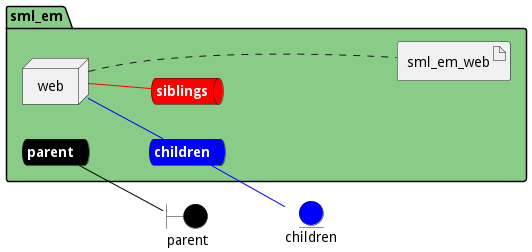
Before: docs/edgemere/aml/ds/em/envs/test/deployment.png, a diagram exported from PlantUML (madajaju/edgemere). The source it was exported from:
```plantuml
@startuml

left to right direction


boundary parent #black


entity children #blue




package "sml_em" #88cc88 {
    queue parentnet #black [
            <b><color:white>parent</color></b>
    ]

    parentnet -[#black]- parent

    queue childrennet #blue [
            <b><color:white>children</color></b>
    ]

    childrennet -[#blue]- children

    queue siblingsnet #red [
            <b><color:white>siblings</color></b>
    ]


node "web" as webService


        artifact "sml_em_web" as sml_em_webimage

}

webService -[#blue]- childrennet

webService -[#red]- siblingsnet
webService .... sml_em_webimage


@enduml
```
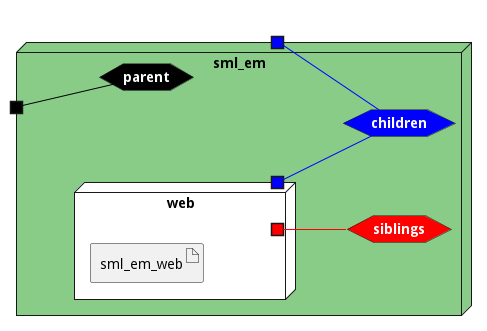
The same diagram one commit later.

What changed in the source:
```diff
@@ -3,43 +3,45 @@
 left to right direction
 
 
-boundary parent #black
-
-
-entity children #blue
 
 
 
 
-package "sml_em" #88cc88 {
-    queue parentnet #black [
+
+node "sml_em" #88cc88 {
+
+
+    hexagon parentnet #black [
             <b><color:white>parent</color></b>
     ]
 
-    parentnet -[#black]- parent
+    portin " " as parentnetPortIn #black
+    parentnetPortIn -[#black]- parentnet
 
-    queue childrennet #blue [
+    hexagon childrennet #blue [
             <b><color:white>children</color></b>
     ]
 
-    childrennet -[#blue]- children
+    portout " " as childrennetPortOut #blue
+    childrennet -[#blue]- childrennetPortOut
 
-    queue siblingsnet #red [
+    hexagon siblingsnet #red [
             <b><color:white>siblings</color></b>
     ]
 
 
-node "web" as webService
+node "web" as webService #white {
+    portOut " " as webServicechildrennet #blue
+   webServicechildrennet -[#blue]- childrennet
+       portOut " " as webServicesiblingsnet #red
+   webServicesiblingsnet -[#red]- siblingsnet
 
 
-        artifact "sml_em_web" as sml_em_webimage
+    artifact "sml_em_web" as sml_em_webimage
 
 }
 
-webService -[#blue]- childrennet
-
-webService -[#red]- siblingsnet
-webService .... sml_em_webimage
+}
 
 
 @enduml
```
